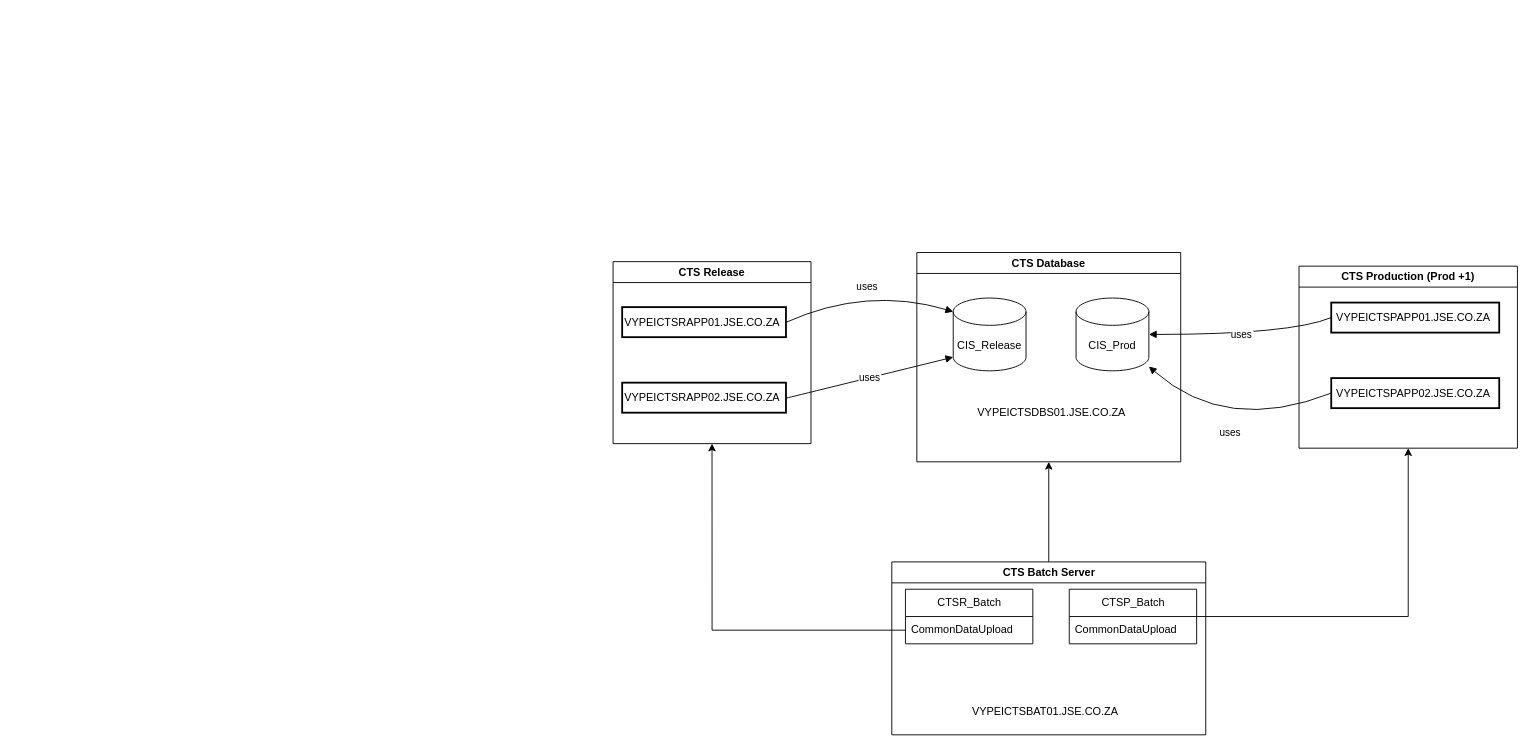
Earlier version of the draw.io diagram Untitled Diagram.drawio (ByMadiba/Sandbox). Source tidied: cells renumbered, new cells numbered last; positions are measured from the earlier drawing's top-left corner, leaving out a move shared by most shapes. Both pictures are drawn from the tidied source at 91%, with x=0, y=0 at pixel (612, 252).
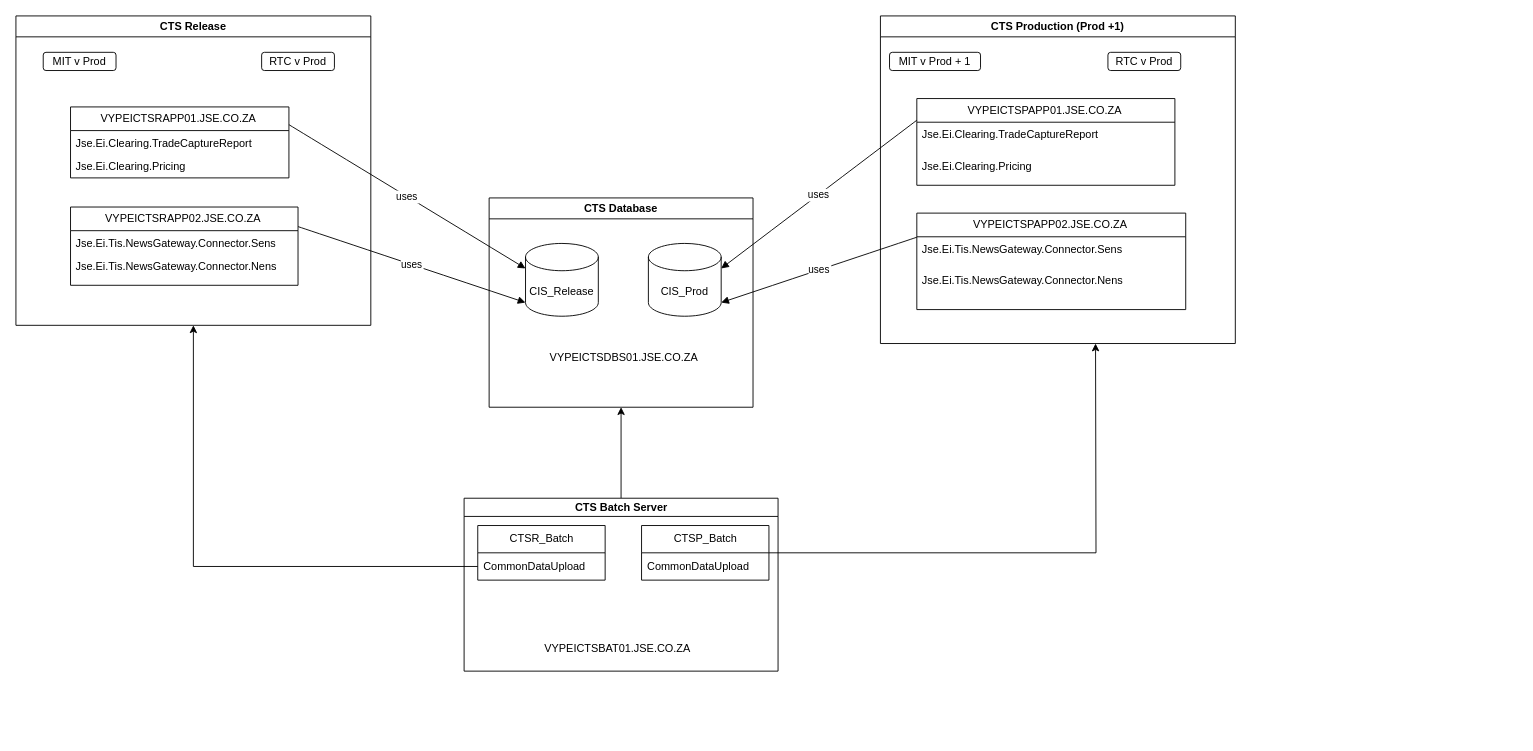
The same page after the edit.

Commit message:
Almost complete

Unchanged cells that the change refers to:
```xml
<mxCell id="6" value="CIS_Release" style="shape=cylinder3;whiteSpace=wrap;html=1;boundedLbl=1;backgroundOutline=1;size=15;" parent="5" vertex="1">
  <mxGeometry x="40" y="50" width="80" height="80" as="geometry" />
</mxCell>
<mxCell id="7" value="CIS_Prod" style="shape=cylinder3;whiteSpace=wrap;html=1;boundedLbl=1;backgroundOutline=1;size=15;" parent="5" vertex="1">
  <mxGeometry x="175" y="50" width="80" height="80" as="geometry" />
</mxCell>
<mxCell id="21" value="CommonDataUpload" style="text;strokeColor=none;fillColor=none;align=left;verticalAlign=middle;spacingLeft=4;spacingRight=4;overflow=hidden;points=[[0,0.5],[1,0.5]];portConstraint=eastwest;whiteSpace=wrap;html=1;" parent="20" vertex="1">
  <mxGeometry y="30" width="140" height="30" as="geometry" />
</mxCell>
<mxCell id="23" value="CTSP_Batch" style="swimlane;fontStyle=0;horizontal=1;startSize=30;whiteSpace=wrap;html=1;" parent="19" vertex="1">
  <mxGeometry x="195" y="30" width="140" height="60" as="geometry" />
</mxCell>
```

Diff of the diagram source:
```diff
@@
-    <mxCell id="3" value="uses" style="curved=1;startArrow=none;endArrow=block;exitX=0.998812510172526;exitY=0.5060606291799834;entryX=0;entryY=0;entryDx=0;entryDy=15;entryPerimeter=0;" parent="1" edge="1" source="13" target="6">
-      <mxGeometry relative="1" as="geometry">
-        <Array as="points">
-          <mxPoint x="279" y="37" />
-        </Array>
-      </mxGeometry>
-    </mxCell>
-    <mxCell id="4" value="uses" style="curved=1;startArrow=none;endArrow=block;exitX=0.9993645731608073;exitY=0.5181818875399503;entryX=0;entryY=1;entryDx=0;entryDy=-15;entryPerimeter=0;" parent="1" edge="1" source="14" target="6">
+    <mxCell id="4" value="uses" style="curved=1;startArrow=none;endArrow=block;exitX=1;exitY=0.25;entryX=0;entryY=1;entryDx=0;entryDy=-15;entryPerimeter=0;exitDx=0;exitDy=0;" parent="1" edge="1" source="14" target="6">
       <mxGeometry relative="1" as="geometry" />
     </mxCell>
     <mxCell id="5" value="CTS Database" style="swimlane;whiteSpace=wrap;html=1;" parent="1" vertex="1">
-      <mxGeometry x="334" width="290" height="230" as="geometry" />
+      <mxGeometry x="-136" y="-60" width="290" height="230" as="geometry" />
     </mxCell>
@@
-    <mxCell id="9" value="uses" style="curved=1;startArrow=none;endArrow=block;entryX=1;entryY=0.5;entryDx=0;entryDy=0;entryPerimeter=0;exitX=0;exitY=0.5;exitDx=0;exitDy=0;" parent="1" edge="1" source="17" target="7">
-      <mxGeometry relative="1" as="geometry">
-        <Array as="points">
-          <mxPoint x="744" y="90" />
-        </Array>
-      </mxGeometry>
-    </mxCell>
-    <mxCell id="10" value="uses" style="curved=1;startArrow=none;endArrow=block;exitX=0;exitY=0.5;exitDx=0;exitDy=0;" parent="1" edge="1" source="18" target="7">
-      <mxGeometry relative="1" as="geometry">
-        <Array as="points">
-          <mxPoint x="674" y="200" />
-        </Array>
-      </mxGeometry>
-    </mxCell>
     <mxCell id="11" value="CTS Release" style="swimlane;whiteSpace=wrap;html=1;" parent="1" vertex="1">
-      <mxGeometry x="0.2" y="10" width="217.5" height="200" as="geometry" />
+      <mxGeometry x="-656" y="-260" width="390" height="340" as="geometry" />
     </mxCell>
-    <mxCell id="12" style="group;" parent="11" vertex="1">
-      <mxGeometry x="10" y="50" width="180" height="116" as="geometry" />
-    </mxCell>
+    <mxCell id="27" style="group;" parent="11" vertex="1">
+      <mxGeometry x="60" y="100" width="250" height="196" as="geometry" />
+    </mxCell>
-    <mxCell id="13" value="VYPEICTSRAPP01.JSE.CO.ZA " style="whiteSpace=wrap;strokeWidth=2;" parent="12" vertex="1">
-      <mxGeometry width="180" height="33" as="geometry" />
+    <mxCell id="13" value="VYPEICTSRAPP01.JSE.CO.ZA&amp;nbsp;" style="swimlane;fontStyle=0;horizontal=1;startSize=26;fillColor=none;html=1;" parent="27" vertex="1">
+      <mxGeometry width="240" height="78" as="geometry" />
     </mxCell>
+    <mxCell id="28" value="Jse.Ei.Clearing.TradeCaptureReport" style="text;strokeColor=none;fillColor=none;align=left;verticalAlign=top;spacingLeft=4;spacingRight=4;overflow=hidden;whiteSpace=wrap;html=1;" parent="13" vertex="1">
+      <mxGeometry y="26" width="240" height="26" as="geometry" />
+    </mxCell>
+    <mxCell id="29" value="Jse.Ei.Clearing.Pricing" style="text;strokeColor=none;fillColor=none;align=left;verticalAlign=top;spacingLeft=4;spacingRight=4;overflow=hidden;whiteSpace=wrap;html=1;" parent="13" vertex="1">
+      <mxGeometry y="52" width="240" height="26" as="geometry" />
+    </mxCell>
-    <mxCell id="14" value="VYPEICTSRAPP02.JSE.CO.ZA " style="whiteSpace=wrap;strokeWidth=2;" parent="12" vertex="1">
-      <mxGeometry y="83" width="180" height="33" as="geometry" />
+    <mxCell id="14" value="VYPEICTSRAPP02.JSE.CO.ZA&amp;nbsp;" style="swimlane;fontStyle=0;horizontal=1;startSize=26;fillColor=none;html=1;" parent="27" vertex="1">
+      <mxGeometry y="110" width="250" height="86" as="geometry" />
     </mxCell>
-    <mxCell id="15" value="CTS Production (Prod +1)" style="swimlane;whiteSpace=wrap;html=1;" parent="1" vertex="1">
-      <mxGeometry x="754" y="15" width="240" height="200" as="geometry" />
-    </mxCell>
-    <mxCell id="16" style="group;" parent="15" vertex="1">
-      <mxGeometry x="20" y="40" width="200" height="116" as="geometry" />
-    </mxCell>
-    <mxCell id="17" value="VYPEICTSPAPP01.JSE.CO.ZA " style="whiteSpace=wrap;strokeWidth=2;" parent="16" vertex="1">
-      <mxGeometry x="15.4" width="184.6" height="33" as="geometry" />
-    </mxCell>
-    <mxCell id="18" value="VYPEICTSPAPP02.JSE.CO.ZA " style="whiteSpace=wrap;strokeWidth=2;" parent="16" vertex="1">
-      <mxGeometry x="15.4" y="83" width="184.6" height="33" as="geometry" />
-    </mxCell>
+    <mxCell id="30" value="Jse.Ei.Tis.NewsGateway.Connector.Sens" style="text;strokeColor=none;fillColor=none;align=left;verticalAlign=top;spacingLeft=4;spacingRight=4;overflow=hidden;whiteSpace=wrap;html=1;" parent="14" vertex="1">
+      <mxGeometry y="26" width="250" height="26" as="geometry" />
+    </mxCell>
+    <mxCell id="31" value="Jse.Ei.Tis.NewsGateway.Connector.Nens" style="text;strokeColor=none;fillColor=none;align=left;verticalAlign=top;spacingLeft=4;spacingRight=4;overflow=hidden;whiteSpace=wrap;html=1;" parent="14" vertex="1">
+      <mxGeometry y="52" width="250" height="34" as="geometry" />
+    </mxCell>
+    <mxCell id="32" value="MIT v Prod" style="rounded=1;whiteSpace=wrap;html=1;" parent="11" vertex="1">
+      <mxGeometry x="30" y="40" width="80" height="20" as="geometry" />
+    </mxCell>
+    <mxCell id="33" value="RTC v Prod" style="rounded=1;whiteSpace=wrap;html=1;" parent="11" vertex="1">
+      <mxGeometry x="270" y="40" width="80" height="20" as="geometry" />
+    </mxCell>
-    <mxCell id="19" value="CTS Batch Server" style="swimlane;whiteSpace=wrap;html=1;" parent="1" vertex="1">
-      <mxGeometry x="306.5" y="340" width="345" height="190" as="geometry" />
+    <mxCell id="19" value="CTS Batch Server" style="swimlane;whiteSpace=wrap;html=1;startSize=20;" parent="1" vertex="1">
+      <mxGeometry x="-163.5" y="270" width="345" height="190" as="geometry" />
     </mxCell>
@@
+    <mxCell id="26" style="edgeStyle=orthogonalEdgeStyle;rounded=0;jettySize=auto;html=1;entryX=0.5;entryY=1;entryDx=0;entryDy=0;" parent="1" edge="1" source="21" target="11">
+      <mxGeometry relative="1" as="geometry" />
+    </mxCell>
+    <mxCell id="34" style="group;" parent="1" vertex="1">
+      <mxGeometry x="294" y="-260" width="390" height="360" as="geometry" />
+    </mxCell>
-    <mxCell id="25" style="edgeStyle=orthogonalEdgeStyle;rounded=0;jettySize=auto;html=1;entryX=0.5;entryY=1;entryDx=0;entryDy=0;" parent="1" edge="1" source="23" target="15">
-      <mxGeometry relative="1" as="geometry" />
+    <mxCell id="25" style="edgeStyle=orthogonalEdgeStyle;rounded=0;jettySize=auto;html=1;" parent="34" edge="1" source="23">
+      <mxGeometry relative="1" as="geometry">
+        <mxPoint x="236.4" y="360" as="targetPoint" />
+      </mxGeometry>
     </mxCell>
-    <mxCell id="26" style="edgeStyle=orthogonalEdgeStyle;rounded=0;jettySize=auto;html=1;entryX=0.5;entryY=1;entryDx=0;entryDy=0;" parent="1" edge="1" source="21" target="11">
-      <mxGeometry relative="1" as="geometry" />
-    </mxCell>
+    <mxCell id="15" value="CTS Production (Prod +1)" style="swimlane;whiteSpace=wrap;html=1;" parent="34" vertex="1">
+      <mxGeometry width="390" height="360" as="geometry" />
+    </mxCell>
+    <mxCell id="35" style="group;" parent="15" vertex="1">
+      <mxGeometry x="40" y="70" width="295.5" height="261.3" as="geometry" />
+    </mxCell>
+    <mxCell id="17" value="VYPEICTSPAPP01.JSE.CO.ZA&amp;nbsp;" style="swimlane;fontStyle=0;horizontal=1;startSize=26;fillColor=none;html=1;" parent="35" vertex="1">
+      <mxGeometry y="20.8" width="283.6" height="95.3" as="geometry" />
+    </mxCell>
+    <mxCell id="36" value="Jse.Ei.Clearing.TradeCaptureReport" style="text;strokeColor=none;fillColor=none;align=left;verticalAlign=top;spacingLeft=4;spacingRight=4;overflow=hidden;whiteSpace=wrap;html=1;" parent="17" vertex="1">
+      <mxGeometry y="26" width="283.6" height="34.7" as="geometry" />
+    </mxCell>
+    <mxCell id="37" value="Jse.Ei.Clearing.Pricing" style="text;strokeColor=none;fillColor=none;align=left;verticalAlign=top;spacingLeft=4;spacingRight=4;overflow=hidden;whiteSpace=wrap;html=1;" parent="17" vertex="1">
+      <mxGeometry y="60.7" width="283.6" height="34.7" as="geometry" />
+    </mxCell>
+    <mxCell id="18" value="VYPEICTSPAPP02.JSE.CO.ZA&amp;nbsp;" style="swimlane;fontStyle=0;horizontal=1;startSize=26;fillColor=none;html=1;" parent="35" vertex="1">
+      <mxGeometry y="146.7" width="295.5" height="106" as="geometry" />
+    </mxCell>
+    <mxCell id="38" value="Jse.Ei.Tis.NewsGateway.Connector.Sens" style="text;strokeColor=none;fillColor=none;align=left;verticalAlign=top;spacingLeft=4;spacingRight=4;overflow=hidden;whiteSpace=wrap;html=1;" parent="18" vertex="1">
+      <mxGeometry y="26" width="295.5" height="34.7" as="geometry" />
+    </mxCell>
+    <mxCell id="39" value="Jse.Ei.Tis.NewsGateway.Connector.Nens" style="text;strokeColor=none;fillColor=none;align=left;verticalAlign=top;spacingLeft=4;spacingRight=4;overflow=hidden;whiteSpace=wrap;html=1;" parent="18" vertex="1">
+      <mxGeometry y="60.7" width="295.5" height="45.3" as="geometry" />
+    </mxCell>
+    <mxCell id="40" value="MIT v Prod + 1" style="rounded=1;whiteSpace=wrap;html=1;" parent="15" vertex="1">
+      <mxGeometry x="10" y="40" width="100" height="20" as="geometry" />
+    </mxCell>
+    <mxCell id="41" value="RTC v Prod" style="rounded=1;whiteSpace=wrap;html=1;" parent="15" vertex="1">
+      <mxGeometry x="250" y="40" width="80" height="20" as="geometry" />
+    </mxCell>
+    <mxCell id="9" value="uses" style="curved=1;startArrow=none;endArrow=block;exitX=0;exitY=0.25;entryX=1;entryY=0;entryDx=0;entryDy=27.5;entryPerimeter=0;exitDx=0;exitDy=0;" parent="1" edge="1" source="17" target="7">
+      <mxGeometry relative="1" as="geometry" />
+    </mxCell>
+    <mxCell id="10" value="uses" style="curved=1;startArrow=none;endArrow=block;exitX=0;exitY=0.25;entryX=1;entryY=1;entryDx=0;entryDy=-15;entryPerimeter=0;exitDx=0;exitDy=0;" parent="1" edge="1" source="18" target="7">
+      <mxGeometry relative="1" as="geometry" />
+    </mxCell>
+    <mxCell id="3" value="uses" style="curved=1;startArrow=none;endArrow=block;exitX=1;exitY=0.25;entryX=0;entryY=0;entryDx=0;entryDy=27.5;entryPerimeter=0;exitDx=0;exitDy=0;" parent="1" edge="1" source="13" target="6">
+      <mxGeometry relative="1" as="geometry" />
+    </mxCell>
```
